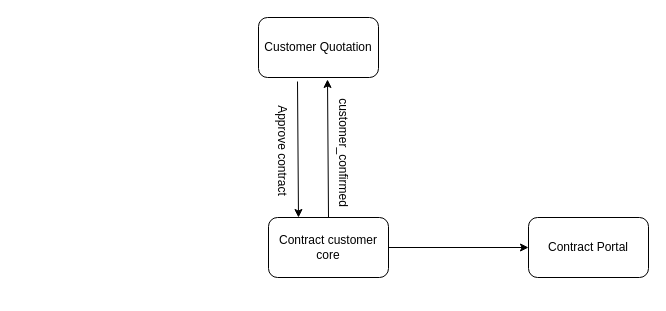
phanthanhvu28/diagrams keeps this draw.io diagram as contract-customer.drawio. Above is the earlier version. Source tidied: cells renumbered, new cells numbered last; positions are measured from the earlier drawing's top-left corner, leaving out a move shared by most shapes. Both pictures are drawn from the tidied source at 100%, with x=0, y=0 at pixel (227, 17).
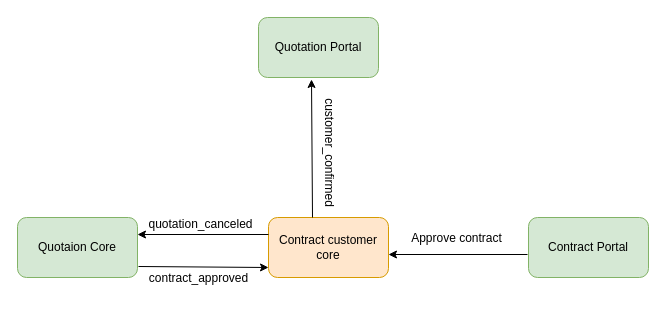
The same page after the edit.

Diff of the diagram source:
```diff
@@
 <mxGraphModel>
   <root>
     <mxCell id="0" />
     <mxCell id="1" parent="0" />
-    <mxCell id="2" value="Customer Quotation" style="rounded=1;whiteSpace=wrap;html=1;" parent="1" vertex="1">
+    <mxCell id="2" value="Quotation Portal" style="rounded=1;whiteSpace=wrap;html=1;fillColor=#d5e8d4;strokeColor=#82b366;" parent="1" vertex="1">
       <mxGeometry x="31" width="120" height="60" as="geometry" />
     </mxCell>
-    <mxCell id="3" value="Contract customer core" style="rounded=1;whiteSpace=wrap;html=1;" parent="1" vertex="1">
+    <mxCell id="3" value="Contract customer core" style="rounded=1;whiteSpace=wrap;html=1;fillColor=#ffe6cc;strokeColor=#d79b00;" parent="1" vertex="1">
       <mxGeometry x="41" y="200" width="120" height="60" as="geometry" />
     </mxCell>
-    <mxCell id="4" value="Contract Portal" style="rounded=1;whiteSpace=wrap;html=1;" parent="1" vertex="1">
+    <mxCell id="4" value="Contract Portal" style="rounded=1;whiteSpace=wrap;html=1;fillColor=#d5e8d4;strokeColor=#82b366;" parent="1" vertex="1">
       <mxGeometry x="301" y="200" width="120" height="60" as="geometry" />
     </mxCell>
-    <mxCell id="5" style="endArrow=classic;html=1;rounded=0;entryX=0;entryY=0.5;entryDx=0;entryDy=0;exitX=1;exitY=0.5;exitDx=0;exitDy=0;" parent="1" edge="1" source="3" target="4">
-      <mxGeometry relative="1" as="geometry" />
-    </mxCell>
-    <mxCell id="6" style="endArrow=classic;html=1;rounded=0;exitX=0.5;exitY=0;exitDx=0;exitDy=0;entryX=0.575;entryY=1.033;entryDx=0;entryDy=0;entryPerimeter=0;" parent="1" edge="1" source="3" target="2">
-      <mxGeometry relative="1" as="geometry" />
+    <mxCell id="6" style="endArrow=classic;html=1;rounded=0;exitX=0.5;exitY=0;exitDx=0;exitDy=0;entryX=0.575;entryY=1.033;entryDx=0;entryDy=0;entryPerimeter=0;" parent="1" edge="1">
+      <mxGeometry relative="1" as="geometry">
+        <mxPoint x="85" y="200" as="sourcePoint" />
+        <mxPoint x="84" y="62" as="targetPoint" />
+      </mxGeometry>
     </mxCell>
     <mxCell id="7" value="customer_confirmed" style="text;html=1;align=center;verticalAlign=middle;strokeColor=none;fillColor=none;rotation=90;" parent="1" vertex="1">
-      <mxGeometry x="51" y="120" width="130" height="30" as="geometry" />
+      <mxGeometry x="37" y="120" width="130" height="30" as="geometry" />
     </mxCell>
-    <mxCell id="8" style="endArrow=classic;html=1;rounded=0;exitX=0.325;exitY=1.067;exitDx=0;exitDy=0;exitPerimeter=0;entryX=0.25;entryY=0;entryDx=0;entryDy=0;" parent="1" edge="1" source="2" target="3">
-      <mxGeometry relative="1" as="geometry" />
-    </mxCell>
-    <mxCell id="9" value="Approve contract" style="text;html=1;align=center;verticalAlign=middle;strokeColor=none;fillColor=none;rotation=90;" parent="1" vertex="1">
-      <mxGeometry y="118" width="110" height="30" as="geometry" />
+    <mxCell id="9" value="Approve contract" style="text;html=1;align=center;verticalAlign=middle;strokeColor=none;fillColor=none;" parent="1" vertex="1">
+      <mxGeometry x="174" y="206" width="110" height="30" as="geometry" />
     </mxCell>
+    <mxCell id="10" style="endArrow=classic;html=1;rounded=0;exitX=-0.025;exitY=0.617;exitDx=0;exitDy=0;exitPerimeter=0;entryX=0.983;entryY=0.617;entryDx=0;entryDy=0;entryPerimeter=0;" parent="1" edge="1">
+      <mxGeometry relative="1" as="geometry">
+        <mxPoint x="300" y="237" as="sourcePoint" />
+        <mxPoint x="161" y="237" as="targetPoint" />
+      </mxGeometry>
+    </mxCell>
+    <mxCell id="11" value="Quotaion Core" style="rounded=1;whiteSpace=wrap;html=1;fillColor=#d5e8d4;strokeColor=#82b366;" parent="1" vertex="1">
+      <mxGeometry x="-210" y="200" width="120" height="60" as="geometry" />
+    </mxCell>
+    <mxCell id="12" style="endArrow=classic;html=1;rounded=0;entryX=0;entryY=0.25;entryDx=0;entryDy=0;" parent="1" edge="1">
+      <mxGeometry relative="1" as="geometry">
+        <mxPoint x="-89" y="249" as="sourcePoint" />
+        <mxPoint x="41" y="250" as="targetPoint" />
+      </mxGeometry>
+    </mxCell>
+    <mxCell id="13" value="quotation_canceled" style="text;html=1;align=center;verticalAlign=middle;strokeColor=none;fillColor=none;" parent="1" vertex="1">
+      <mxGeometry x="-92" y="192" width="130" height="30" as="geometry" />
+    </mxCell>
+    <mxCell id="14" style="endArrow=classic;html=1;rounded=0;entryX=1;entryY=0.75;entryDx=0;entryDy=0;exitX=0;exitY=0.75;exitDx=0;exitDy=0;" parent="1" edge="1">
+      <mxGeometry relative="1" as="geometry">
+        <mxPoint x="41" y="217" as="sourcePoint" />
+        <mxPoint x="-90" y="217" as="targetPoint" />
+      </mxGeometry>
+    </mxCell>
+    <mxCell id="15" value="contract_approved" style="text;html=1;align=center;verticalAlign=middle;strokeColor=none;fillColor=none;" parent="1" vertex="1">
+      <mxGeometry x="-89" y="246" width="120" height="30" as="geometry" />
+    </mxCell>
   </root>
 </mxGraphModel>
```
